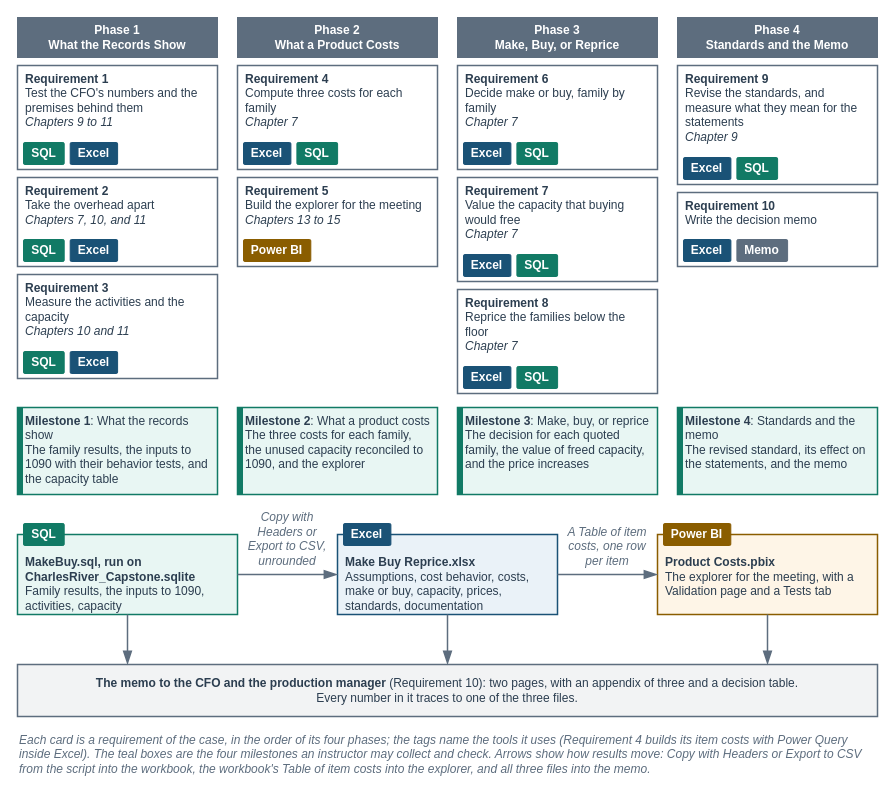
Before: facts/instructor/figures/chapter-18-make-buy-or-reprice/IF-18-0-A.drawio in mmcodesso/Accounting_Analytics_Book, a draw.io diagram. Source tidied: cells renumbered, new cells numbered last; positions are measured from the earlier drawing's top-left corner, leaving out a move shared by most shapes. Both pictures are drawn from the tidied source at 100%, with x=0, y=0 at pixel (17, 17).
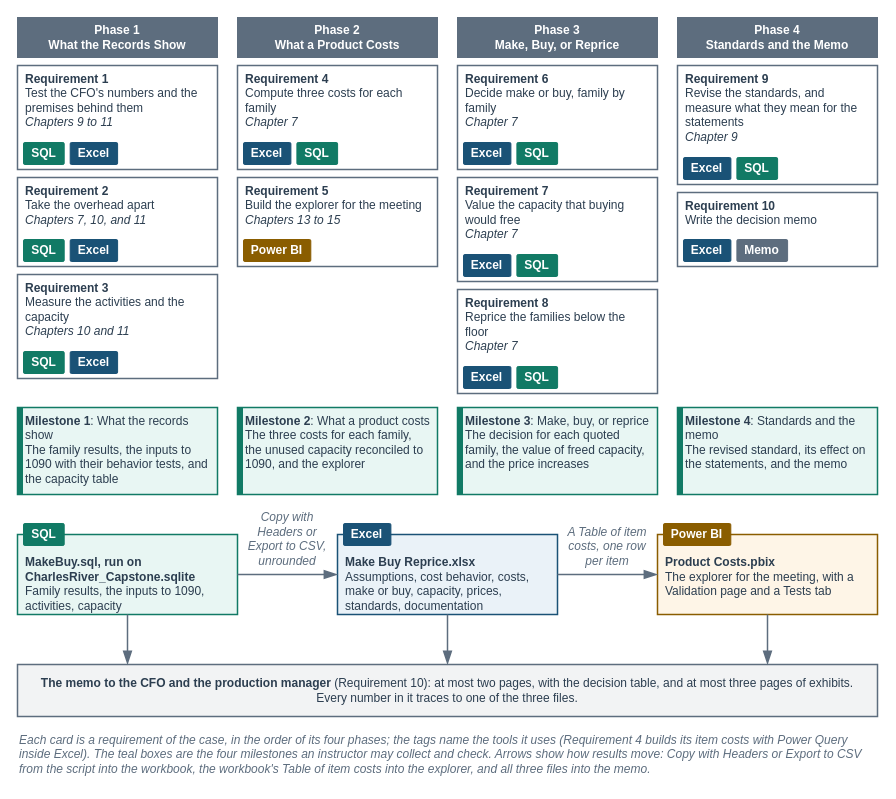
Above is the later version.

The edit, as a diff of the source:
```diff
@@
-    <mxCell id="54" value="&lt;b&gt;The memo to the CFO and the production manager&lt;/b&gt; (Requirement 10): two pages, with an appendix of three and a decision table.&lt;br&gt;Every number in it traces to one of the three files." style="rounded=0;arcSize=6;whiteSpace=wrap;html=1;fillColor=#F2F3F4;strokeColor=#5D6D7E;strokeWidth=1.5;fontColor=#2C3E50;fontSize=12;fontStyle=0;align=center;verticalAlign=middle;fontFamily=Helvetica;spacingLeft=6;spacingRight=6;" parent="1" vertex="1">
+    <mxCell id="54" value="&lt;b&gt;The memo to the CFO and the production manager&lt;/b&gt; (Requirement 10): at most two pages, with the decision table, and at most three pages of exhibits.&lt;br&gt;Every number in it traces to one of the three files." style="rounded=0;arcSize=6;whiteSpace=wrap;html=1;fillColor=#F2F3F4;strokeColor=#5D6D7E;strokeWidth=1.5;fontColor=#2C3E50;fontSize=12;fontStyle=0;align=center;verticalAlign=middle;fontFamily=Helvetica;spacingLeft=6;spacingRight=6;" parent="1" vertex="1">
       <mxGeometry y="647" width="860" height="52" as="geometry" />
     </mxCell>
```
